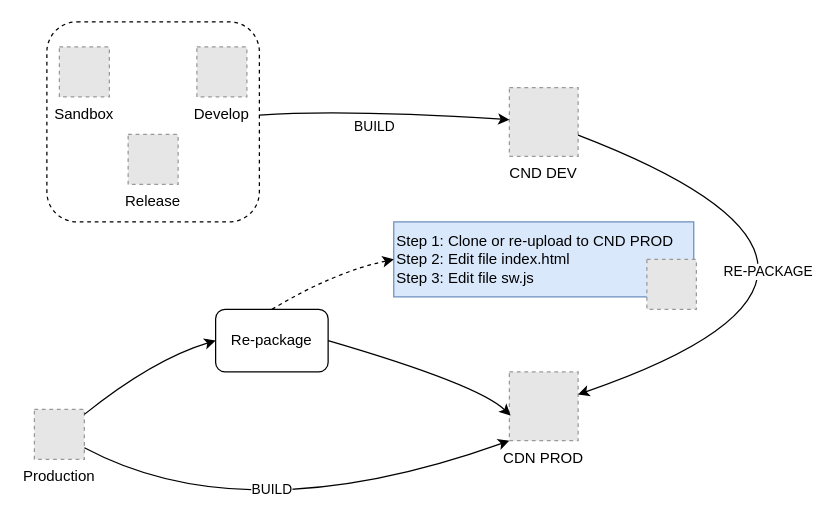
The draw.io diagram cdn-kv-man-app.drawio in khinhvuphiduong/diagrams.net, before the edit. Source tidied: cells renumbered, new cells numbered last; positions are measured from the earlier drawing's top-left corner, leaving out a move shared by most shapes. Both pictures are drawn from the tidied source at 125%, with x=0, y=0 at pixel (34, 21). Pictures stored in the file or linked from it are replaced by grey dashed boxes.
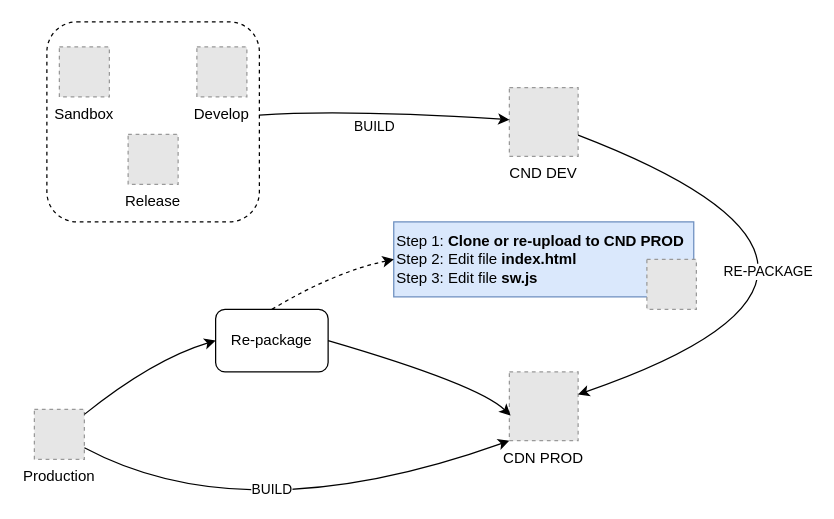
Above is the later version.

Diff of the diagram source:
```diff
@@
-    <mxCell id="16" value="Step 1: Clone or re-upload to CND PROD&lt;br&gt;Step 2: Edit file index.html&lt;br&gt;Step 3: Edit file sw.js" style="text;html=1;align=left;verticalAlign=middle;whiteSpace=wrap;rounded=0;fillColor=#dae8fc;strokeColor=#6c8ebf;" parent="1" vertex="1">
+    <mxCell id="16" value="Step 1: &lt;b&gt;Clone or re-upload to CND PROD&lt;/b&gt;&lt;br&gt;Step 2: Edit file &lt;b&gt;index.html&lt;/b&gt;&lt;br&gt;Step 3: Edit file &lt;b&gt;sw.js&lt;/b&gt;" style="text;html=1;align=left;verticalAlign=middle;whiteSpace=wrap;rounded=0;fillColor=#dae8fc;strokeColor=#6c8ebf;" parent="1" vertex="1">
       <mxGeometry x="287.5" y="160" width="240" height="60" as="geometry" />
     </mxCell>
```
